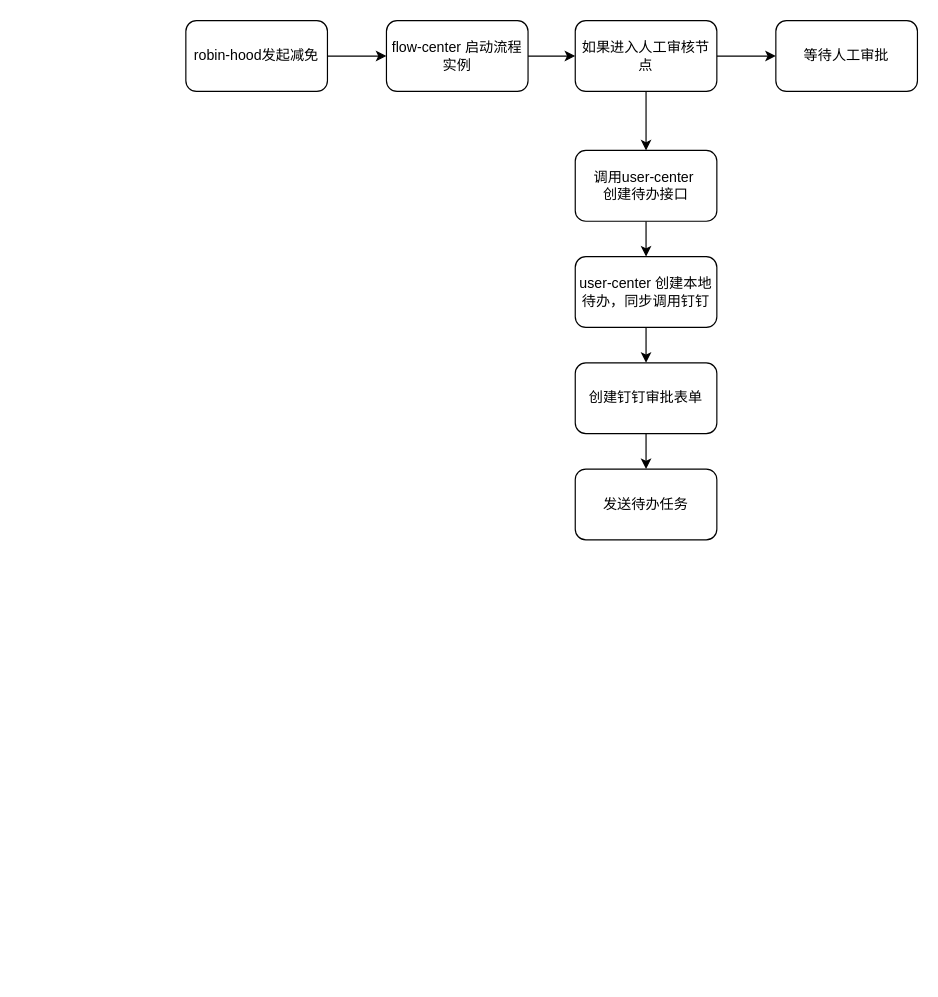
Before: duijiedingding.drawio in chaomings/simple, a draw.io diagram. Source tidied: cells renumbered, new cells numbered last; positions are measured from the earlier drawing's top-left corner, leaving out a move shared by most shapes. Both pictures are drawn from the tidied source at 118%, with x=0, y=0 at pixel (185, 20).
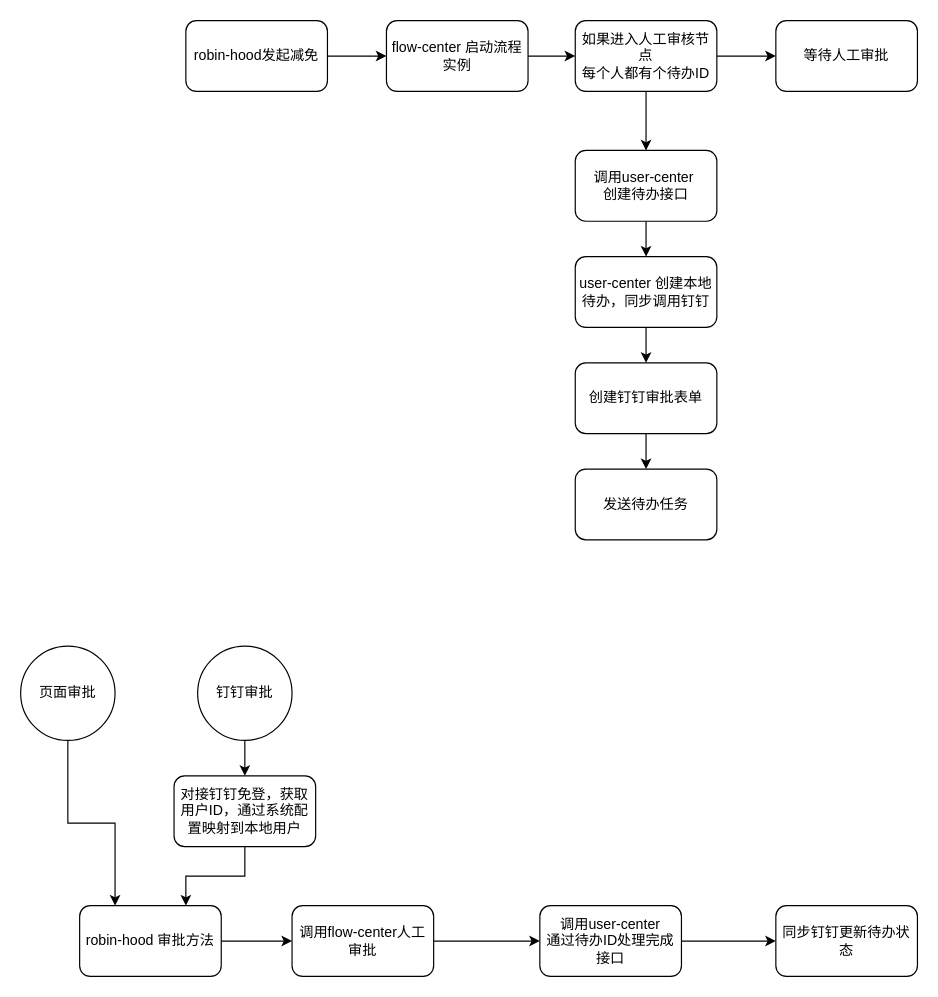
The same page after the edit.

Diff of the diagram source:
```diff
@@
-    <mxCell id="8" value="如果进入人工审核节点" style="rounded=1;whiteSpace=wrap;html=1;" parent="1" vertex="1">
+    <mxCell id="8" value="如果进入人工审核节点&lt;br&gt;每个人都有个待办ID" style="rounded=1;whiteSpace=wrap;html=1;" parent="1" vertex="1">
       <mxGeometry x="330" width="120" height="60" as="geometry" />
     </mxCell>
@@
+    <mxCell id="17" style="edgeStyle=orthogonalEdgeStyle;rounded=0;jettySize=auto;html=1;fontFamily=Helvetica;fontSize=12;fontColor=default;" parent="1" edge="1" source="18" target="26">
+      <mxGeometry relative="1" as="geometry" />
+    </mxCell>
+    <mxCell id="18" value="robin-hood 审批方法" style="rounded=1;whiteSpace=wrap;html=1;fontFamily=Helvetica;fontSize=12;fontColor=default;strokeColor=default;fillColor=default;" parent="1" vertex="1">
+      <mxGeometry x="-90" y="750" width="120" height="60" as="geometry" />
+    </mxCell>
+    <mxCell id="19" style="edgeStyle=orthogonalEdgeStyle;rounded=0;jettySize=auto;html=1;fontFamily=Helvetica;fontSize=12;fontColor=default;entryX=0.25;entryY=0;entryDx=0;entryDy=0;" parent="1" edge="1" source="20" target="18">
+      <mxGeometry relative="1" as="geometry" />
+    </mxCell>
+    <mxCell id="20" value="页面审批" style="ellipse;whiteSpace=wrap;html=1;rounded=1;fontFamily=Helvetica;fontSize=12;fontColor=default;strokeColor=default;fillColor=default;" parent="1" vertex="1">
+      <mxGeometry x="-140" y="530" width="80" height="80" as="geometry" />
+    </mxCell>
+    <mxCell id="21" style="edgeStyle=orthogonalEdgeStyle;rounded=0;jettySize=auto;html=1;fontFamily=Helvetica;fontSize=12;fontColor=default;" parent="1" edge="1" source="22" target="24">
+      <mxGeometry relative="1" as="geometry" />
+    </mxCell>
+    <mxCell id="22" value="钉钉审批" style="ellipse;whiteSpace=wrap;html=1;rounded=1;fontFamily=Helvetica;fontSize=12;fontColor=default;strokeColor=default;fillColor=default;" parent="1" vertex="1">
+      <mxGeometry x="10" y="530" width="80" height="80" as="geometry" />
+    </mxCell>
+    <mxCell id="23" style="edgeStyle=orthogonalEdgeStyle;rounded=0;jettySize=auto;html=1;entryX=0.75;entryY=0;entryDx=0;entryDy=0;fontFamily=Helvetica;fontSize=12;fontColor=default;" parent="1" edge="1" source="24" target="18">
+      <mxGeometry relative="1" as="geometry" />
+    </mxCell>
+    <mxCell id="24" value="对接钉钉免登，获取用户ID，通过系统配置映射到本地用户" style="rounded=1;whiteSpace=wrap;html=1;fontFamily=Helvetica;fontSize=12;fontColor=default;strokeColor=default;fillColor=default;" parent="1" vertex="1">
+      <mxGeometry x="-10" y="640" width="120" height="60" as="geometry" />
+    </mxCell>
+    <mxCell id="25" style="edgeStyle=orthogonalEdgeStyle;rounded=0;jettySize=auto;html=1;fontFamily=Helvetica;fontSize=12;fontColor=default;" parent="1" edge="1" source="26" target="28">
+      <mxGeometry relative="1" as="geometry" />
+    </mxCell>
+    <mxCell id="26" value="调用flow-center人工审批" style="rounded=1;whiteSpace=wrap;html=1;fontFamily=Helvetica;fontSize=12;fontColor=default;strokeColor=default;fillColor=default;" parent="1" vertex="1">
+      <mxGeometry x="90" y="750" width="120" height="60" as="geometry" />
+    </mxCell>
+    <mxCell id="27" style="edgeStyle=orthogonalEdgeStyle;rounded=0;jettySize=auto;html=1;fontFamily=Helvetica;fontSize=12;fontColor=default;" parent="1" edge="1" source="28" target="29">
+      <mxGeometry relative="1" as="geometry" />
+    </mxCell>
+    <mxCell id="28" value="调用user-center&lt;br&gt;通过待办ID处理完成接口" style="rounded=1;whiteSpace=wrap;html=1;fontFamily=Helvetica;fontSize=12;fontColor=default;strokeColor=default;fillColor=default;" parent="1" vertex="1">
+      <mxGeometry x="300" y="750" width="120" height="60" as="geometry" />
+    </mxCell>
+    <mxCell id="29" value="同步钉钉更新待办状态" style="rounded=1;whiteSpace=wrap;html=1;fontFamily=Helvetica;fontSize=12;fontColor=default;strokeColor=default;fillColor=default;" parent="1" vertex="1">
+      <mxGeometry x="500" y="750" width="120" height="60" as="geometry" />
+    </mxCell>
```
